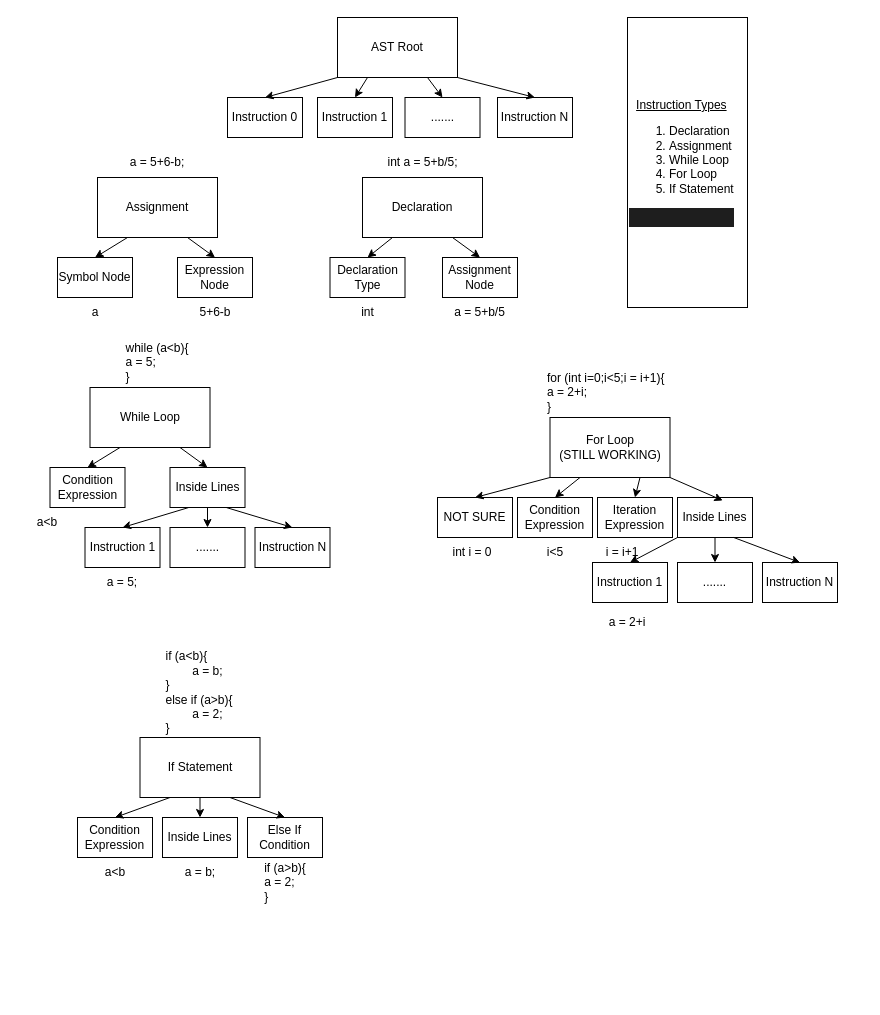
Before: Documentation/ASTStructure.drawio in Ryhime/Compiler, a draw.io diagram. Source tidied: cells renumbered, new cells numbered last; positions are measured from the earlier drawing's top-left corner, leaving out a move shared by most shapes. Both pictures are drawn from the tidied source at 100%, with x=0, y=0 at pixel (17, 17).
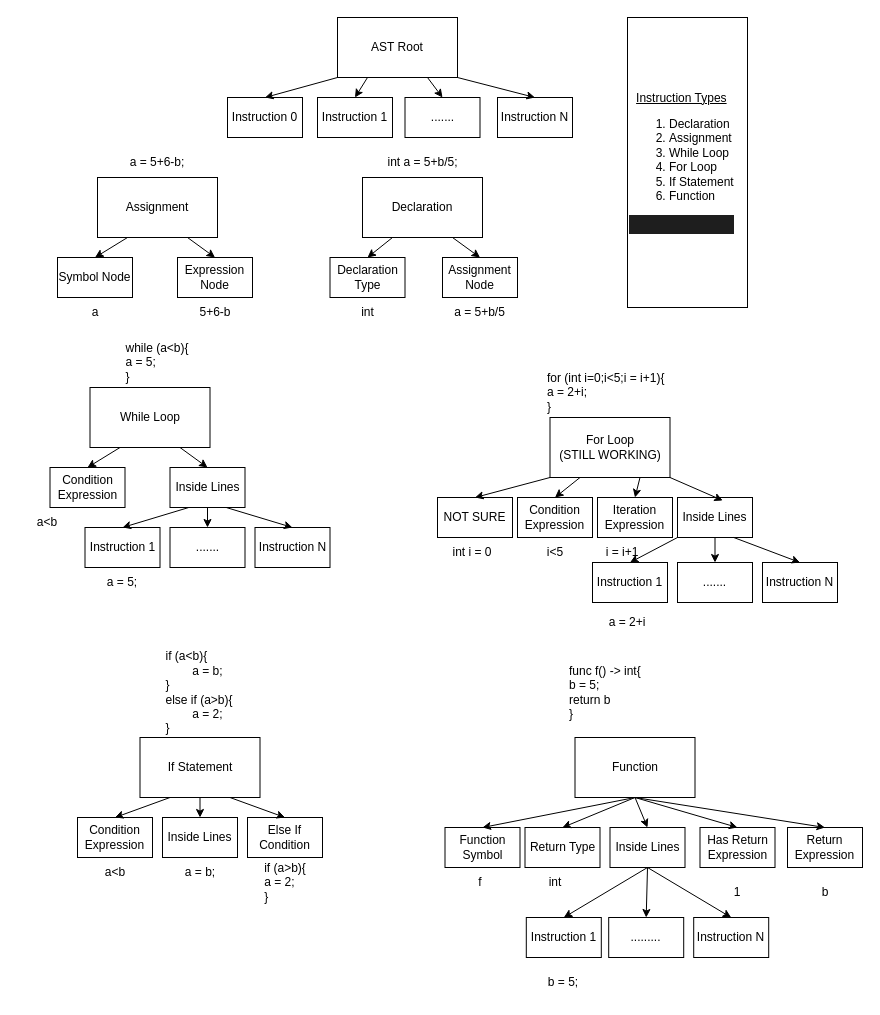
Above is the later version.

Commit message (it also covers changes not shown here):
Basic Function Parsing

Diff of the diagram source:
```diff
@@
-    <mxCell id="11" value="&lt;div style=&quot;text-align: center;&quot;&gt;&lt;u style=&quot;background-color: initial;&quot;&gt;Instruction Types&lt;/u&gt;&lt;/div&gt;&lt;div style=&quot;&quot;&gt;&lt;ol&gt;&lt;li&gt;Declaration&lt;/li&gt;&lt;li&gt;Assignment&lt;/li&gt;&lt;li&gt;While Loop&lt;/li&gt;&lt;li&gt;For Loop&lt;/li&gt;&lt;li&gt;If Statement&lt;/li&gt;&lt;/ol&gt;&lt;/div&gt;&lt;div style=&quot;color: rgb(212, 212, 212); background-color: rgb(30, 30, 30); font-family: Consolas, &amp;quot;Courier New&amp;quot;, monospace; font-size: 14px; line-height: 19px;&quot;&gt;&lt;div&gt;&amp;nbsp; &amp;nbsp;&lt;/div&gt;&lt;/div&gt;" style="whiteSpace=wrap;html=1;align=left;" parent="1" vertex="1">
+    <mxCell id="11" value="&lt;div style=&quot;text-align: center;&quot;&gt;&lt;u style=&quot;background-color: initial;&quot;&gt;Instruction Types&lt;/u&gt;&lt;/div&gt;&lt;div style=&quot;&quot;&gt;&lt;ol&gt;&lt;li&gt;Declaration&lt;/li&gt;&lt;li&gt;Assignment&lt;/li&gt;&lt;li&gt;While Loop&lt;/li&gt;&lt;li&gt;For Loop&lt;/li&gt;&lt;li&gt;If Statement&lt;/li&gt;&lt;li&gt;Function&lt;/li&gt;&lt;/ol&gt;&lt;/div&gt;&lt;div style=&quot;color: rgb(212, 212, 212); background-color: rgb(30, 30, 30); font-family: Consolas, &amp;quot;Courier New&amp;quot;, monospace; font-size: 14px; line-height: 19px;&quot;&gt;&lt;div&gt;&amp;nbsp; &amp;nbsp;&lt;/div&gt;&lt;/div&gt;" style="whiteSpace=wrap;html=1;align=left;" parent="1" vertex="1">
       <mxGeometry x="610" width="120" height="290" as="geometry" />
     </mxCell>
@@
+    <mxCell id="73" value="func f() -&amp;gt; int{&lt;br&gt;b = 5;&lt;br&gt;return b&lt;br&gt;}" style="text;strokeColor=none;align=left;fillColor=none;html=1;verticalAlign=middle;whiteSpace=wrap;rounded=0;" parent="1" vertex="1">
+      <mxGeometry x="550" y="645" width="85" height="60" as="geometry" />
+    </mxCell>
+    <mxCell id="74" value="Function" style="whiteSpace=wrap;html=1;" parent="1" vertex="1">
+      <mxGeometry x="557.5" y="720" width="120" height="60" as="geometry" />
+    </mxCell>
+    <mxCell id="75" value="Function Symbol" style="whiteSpace=wrap;html=1;" parent="1" vertex="1">
+      <mxGeometry x="427.5" y="810" width="75" height="40" as="geometry" />
+    </mxCell>
+    <mxCell id="76" value="Return Type" style="whiteSpace=wrap;html=1;" parent="1" vertex="1">
+      <mxGeometry x="507.5" y="810" width="75" height="40" as="geometry" />
+    </mxCell>
+    <mxCell id="77" value="Inside Lines" style="whiteSpace=wrap;html=1;" parent="1" vertex="1">
+      <mxGeometry x="592.5" y="810" width="75" height="40" as="geometry" />
+    </mxCell>
+    <mxCell id="78" value="Has Return Expression" style="whiteSpace=wrap;html=1;" parent="1" vertex="1">
+      <mxGeometry x="682.5" y="810" width="75" height="40" as="geometry" />
+    </mxCell>
+    <mxCell id="79" value="Return Expression" style="whiteSpace=wrap;html=1;" parent="1" vertex="1">
+      <mxGeometry x="770" y="810" width="75" height="40" as="geometry" />
+    </mxCell>
+    <mxCell id="80" value="f" style="text;strokeColor=none;align=center;fillColor=none;html=1;verticalAlign=middle;whiteSpace=wrap;rounded=0;" parent="1" vertex="1">
+      <mxGeometry x="432.5" y="850" width="60" height="30" as="geometry" />
+    </mxCell>
+    <mxCell id="81" value="int" style="text;strokeColor=none;align=center;fillColor=none;html=1;verticalAlign=middle;whiteSpace=wrap;rounded=0;" parent="1" vertex="1">
+      <mxGeometry x="507.5" y="850" width="60" height="30" as="geometry" />
+    </mxCell>
+    <mxCell id="82" value="Instruction 1" style="whiteSpace=wrap;html=1;" parent="1" vertex="1">
+      <mxGeometry x="508.8" y="900" width="75" height="40" as="geometry" />
+    </mxCell>
+    <mxCell id="83" value="........." style="whiteSpace=wrap;html=1;" parent="1" vertex="1">
+      <mxGeometry x="591.2" y="900" width="75" height="40" as="geometry" />
+    </mxCell>
+    <mxCell id="84" value="Instruction N" style="whiteSpace=wrap;html=1;" parent="1" vertex="1">
+      <mxGeometry x="676.2" y="900" width="75" height="40" as="geometry" />
+    </mxCell>
+    <mxCell id="85" style="edgeStyle=none;jettySize=auto;html=1;entryX=0.5;entryY=0;entryDx=0;entryDy=0;exitX=0.5;exitY=1;exitDx=0;exitDy=0;" parent="1" edge="1" source="77" target="82">
+      <mxGeometry relative="1" as="geometry" />
+    </mxCell>
+    <mxCell id="86" style="edgeStyle=none;jettySize=auto;html=1;entryX=0.5;entryY=0;entryDx=0;entryDy=0;exitX=0.5;exitY=1;exitDx=0;exitDy=0;" parent="1" edge="1" source="77" target="83">
+      <mxGeometry relative="1" as="geometry" />
+    </mxCell>
+    <mxCell id="87" style="edgeStyle=none;jettySize=auto;html=1;entryX=0.5;entryY=0;entryDx=0;entryDy=0;exitX=0.5;exitY=1;exitDx=0;exitDy=0;" parent="1" edge="1" source="77" target="84">
+      <mxGeometry relative="1" as="geometry" />
+    </mxCell>
+    <mxCell id="88" value="b = 5;" style="text;strokeColor=none;align=center;fillColor=none;html=1;verticalAlign=middle;whiteSpace=wrap;rounded=0;" parent="1" vertex="1">
+      <mxGeometry x="516.2" y="950" width="60" height="30" as="geometry" />
+    </mxCell>
+    <mxCell id="89" value="1" style="text;strokeColor=none;align=center;fillColor=none;html=1;verticalAlign=middle;whiteSpace=wrap;rounded=0;" parent="1" vertex="1">
+      <mxGeometry x="690" y="860" width="60" height="30" as="geometry" />
+    </mxCell>
+    <mxCell id="90" value="b" style="text;strokeColor=none;align=center;fillColor=none;html=1;verticalAlign=middle;whiteSpace=wrap;rounded=0;" parent="1" vertex="1">
+      <mxGeometry x="777.5" y="860" width="60" height="30" as="geometry" />
+    </mxCell>
+    <mxCell id="91" style="edgeStyle=none;jettySize=auto;html=1;entryX=0.5;entryY=0;entryDx=0;entryDy=0;exitX=0.5;exitY=1;exitDx=0;exitDy=0;" parent="1" edge="1" source="74" target="75">
+      <mxGeometry relative="1" as="geometry" />
+    </mxCell>
+    <mxCell id="92" style="edgeStyle=none;jettySize=auto;html=1;entryX=0.5;entryY=0;entryDx=0;entryDy=0;exitX=0.5;exitY=1;exitDx=0;exitDy=0;" parent="1" edge="1" source="74" target="76">
+      <mxGeometry relative="1" as="geometry" />
+    </mxCell>
+    <mxCell id="93" style="edgeStyle=none;jettySize=auto;html=1;entryX=0.5;entryY=0;entryDx=0;entryDy=0;exitX=0.5;exitY=1;exitDx=0;exitDy=0;" parent="1" edge="1" source="74" target="77">
+      <mxGeometry relative="1" as="geometry" />
+    </mxCell>
+    <mxCell id="94" style="edgeStyle=none;jettySize=auto;html=1;entryX=0.5;entryY=0;entryDx=0;entryDy=0;exitX=0.5;exitY=1;exitDx=0;exitDy=0;" parent="1" edge="1" source="74" target="78">
+      <mxGeometry relative="1" as="geometry" />
+    </mxCell>
+    <mxCell id="95" style="edgeStyle=none;jettySize=auto;html=1;entryX=0.5;entryY=0;entryDx=0;entryDy=0;exitX=0.5;exitY=1;exitDx=0;exitDy=0;" parent="1" edge="1" source="74" target="79">
+      <mxGeometry relative="1" as="geometry" />
+    </mxCell>
```
